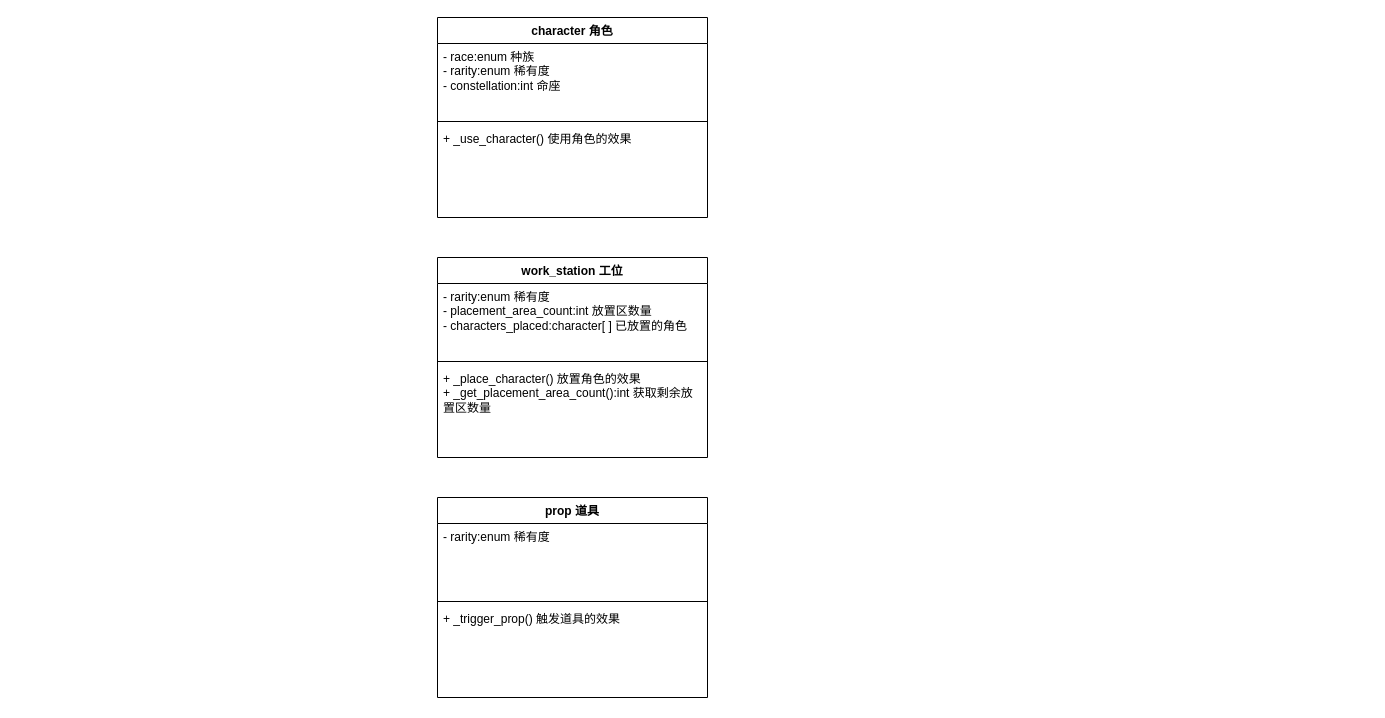
The draw.io diagram Game01_class_general.drawio in tsinghud114/UML_Pic, before the edit. Source tidied: cells renumbered, new cells numbered last; positions are measured from the earlier drawing's top-left corner, leaving out a move shared by most shapes. Both pictures are drawn from the tidied source at 100%, with x=0, y=0 at pixel (437, 17).
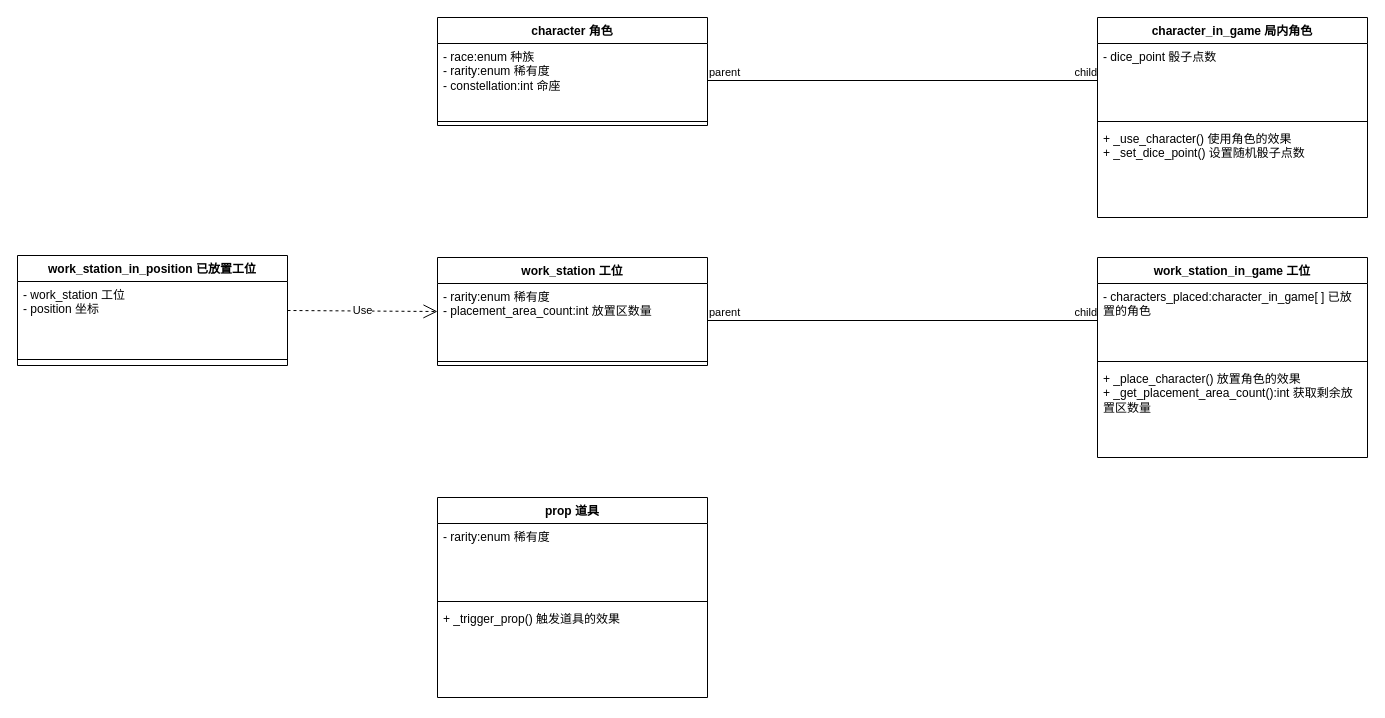
After the change.

Unchanged cells that the change refers to:
```xml
<mxCell id="3" value="- race:enum 种族&lt;div&gt;- rarity:enum 稀有度&lt;/div&gt;&lt;div&gt;- constellation:int 命座&lt;/div&gt;" style="text;strokeColor=none;fillColor=none;align=left;verticalAlign=top;spacingLeft=4;spacingRight=4;overflow=hidden;points=[[0,0.5],[1,0.5]];portConstraint=eastwest;whiteSpace=wrap;html=1;" parent="2" vertex="1">
  <mxGeometry y="26" width="270" height="74" as="geometry" />
</mxCell>
```

Change to the diagram source:
```diff
@@
     <mxCell id="2" value="character 角色" style="swimlane;fontStyle=1;align=center;verticalAlign=top;horizontal=1;startSize=26;whiteSpace=wrap;html=1;" parent="1" vertex="1">
-      <mxGeometry width="270" height="200" as="geometry" />
+      <mxGeometry width="270" height="108" as="geometry" />
     </mxCell>
@@
-    <mxCell id="5" value="+ _use_character() 使用角色的效果" style="text;strokeColor=none;fillColor=none;align=left;verticalAlign=top;spacingLeft=4;spacingRight=4;overflow=hidden;whiteSpace=wrap;html=1;" parent="2" vertex="1">
-      <mxGeometry y="108" width="270" height="92" as="geometry" />
-    </mxCell>
     <mxCell id="6" value="work_station 工位" style="swimlane;fontStyle=1;align=center;verticalAlign=top;horizontal=1;startSize=26;whiteSpace=wrap;html=1;" parent="1" vertex="1">
-      <mxGeometry y="240" width="270" height="200" as="geometry" />
+      <mxGeometry y="240" width="270" height="108" as="geometry" />
     </mxCell>
-    <mxCell id="7" value="&lt;div&gt;- rarity:enum 稀有度&lt;/div&gt;&lt;div&gt;- placement_area_count:int 放置区数量&lt;/div&gt;&lt;div&gt;- characters_placed:character[ ] 已放置的角色&lt;/div&gt;" style="text;strokeColor=none;fillColor=none;align=left;verticalAlign=top;spacingLeft=4;spacingRight=4;overflow=hidden;points=[[0,0.5],[1,0.5]];portConstraint=eastwest;whiteSpace=wrap;html=1;" parent="6" vertex="1">
+    <mxCell id="7" value="&lt;div&gt;- rarity:enum 稀有度&lt;/div&gt;&lt;div&gt;- placement_area_count:int 放置区数量&lt;/div&gt;" style="text;strokeColor=none;fillColor=none;align=left;verticalAlign=top;spacingLeft=4;spacingRight=4;overflow=hidden;points=[[0,0.5],[1,0.5]];portConstraint=eastwest;whiteSpace=wrap;html=1;" parent="6" vertex="1">
       <mxGeometry y="26" width="270" height="74" as="geometry" />
     </mxCell>
@@
-    <mxCell id="9" value="+ _place_character() 放置角色的效果&lt;div&gt;+ _get_placement_area_count():int 获取剩余放置区数量&lt;/div&gt;" style="text;strokeColor=none;fillColor=none;align=left;verticalAlign=top;spacingLeft=4;spacingRight=4;overflow=hidden;whiteSpace=wrap;html=1;" parent="6" vertex="1">
-      <mxGeometry y="108" width="270" height="92" as="geometry" />
-    </mxCell>
@@
+    <mxCell id="14" style="endArrow=none;html=1;edgeStyle=orthogonalEdgeStyle;rounded=0;exitX=1;exitY=0.5;exitDx=0;exitDy=0;entryX=0;entryY=0.5;entryDx=0;entryDy=0;" parent="1" edge="1" source="3" target="18">
+      <mxGeometry relative="1" as="geometry" />
+    </mxCell>
+    <mxCell id="15" value="parent" style="edgeLabel;html=1;align=left;verticalAlign=bottom;" parent="14" vertex="1">
+      <mxGeometry x="-1" relative="1" as="geometry" />
+    </mxCell>
+    <mxCell id="16" value="child" style="edgeLabel;html=1;align=right;verticalAlign=bottom;" parent="14" vertex="1">
+      <mxGeometry x="1" relative="1" as="geometry" />
+    </mxCell>
+    <mxCell id="17" value="character_in_game 局内角色" style="swimlane;fontStyle=1;align=center;verticalAlign=top;horizontal=1;startSize=26;whiteSpace=wrap;html=1;" parent="1" vertex="1">
+      <mxGeometry x="660" width="270" height="200" as="geometry" />
+    </mxCell>
+    <mxCell id="18" value="- dice_point 骰子点数" style="text;strokeColor=none;fillColor=none;align=left;verticalAlign=top;spacingLeft=4;spacingRight=4;overflow=hidden;points=[[0,0.5],[1,0.5]];portConstraint=eastwest;whiteSpace=wrap;html=1;" parent="17" vertex="1">
+      <mxGeometry y="26" width="270" height="74" as="geometry" />
+    </mxCell>
+    <mxCell id="19" style="line;strokeWidth=1;fillColor=none;align=left;verticalAlign=middle;spacingTop=-1;spacingLeft=3;spacingRight=3;labelPosition=right;strokeColor=inherit;" parent="17" vertex="1">
+      <mxGeometry y="100" width="270" height="8" as="geometry" />
+    </mxCell>
+    <mxCell id="20" value="&lt;div&gt;+ _use_character() 使用角色的效果&lt;/div&gt;+ _set_dice_point() 设置随机骰子点数" style="text;strokeColor=none;fillColor=none;align=left;verticalAlign=top;spacingLeft=4;spacingRight=4;overflow=hidden;whiteSpace=wrap;html=1;" parent="17" vertex="1">
+      <mxGeometry y="108" width="270" height="92" as="geometry" />
+    </mxCell>
+    <mxCell id="21" style="endArrow=none;html=1;edgeStyle=orthogonalEdgeStyle;rounded=0;exitX=1;exitY=0.5;exitDx=0;exitDy=0;entryX=0;entryY=0.5;entryDx=0;entryDy=0;" parent="1" edge="1" source="7" target="25">
+      <mxGeometry relative="1" as="geometry" />
+    </mxCell>
+    <mxCell id="22" value="parent" style="edgeLabel;html=1;align=left;verticalAlign=bottom;" parent="21" vertex="1">
+      <mxGeometry x="-1" relative="1" as="geometry" />
+    </mxCell>
+    <mxCell id="23" value="child" style="edgeLabel;html=1;align=right;verticalAlign=bottom;" parent="21" vertex="1">
+      <mxGeometry x="1" relative="1" as="geometry" />
+    </mxCell>
+    <mxCell id="24" value="work_station_in_game 工位" style="swimlane;fontStyle=1;align=center;verticalAlign=top;horizontal=1;startSize=26;whiteSpace=wrap;html=1;" parent="1" vertex="1">
+      <mxGeometry x="660" y="240" width="270" height="200" as="geometry" />
+    </mxCell>
+    <mxCell id="25" value="&lt;div&gt;&lt;span style=&quot;background-color: transparent; color: light-dark(rgb(0, 0, 0), rgb(255, 255, 255));&quot;&gt;- characters_placed:character_in_game[ ] 已放置的角色&lt;/span&gt;&lt;/div&gt;" style="text;strokeColor=none;fillColor=none;align=left;verticalAlign=top;spacingLeft=4;spacingRight=4;overflow=hidden;points=[[0,0.5],[1,0.5]];portConstraint=eastwest;whiteSpace=wrap;html=1;" parent="24" vertex="1">
+      <mxGeometry y="26" width="270" height="74" as="geometry" />
+    </mxCell>
+    <mxCell id="26" style="line;strokeWidth=1;fillColor=none;align=left;verticalAlign=middle;spacingTop=-1;spacingLeft=3;spacingRight=3;labelPosition=right;strokeColor=inherit;" parent="24" vertex="1">
+      <mxGeometry y="100" width="270" height="8" as="geometry" />
+    </mxCell>
+    <mxCell id="9" value="&lt;div&gt;&lt;span style=&quot;background-color: transparent; color: light-dark(rgb(0, 0, 0), rgb(255, 255, 255));&quot;&gt;+ _place_character() 放置角色的效果&lt;/span&gt;&lt;/div&gt;&lt;div&gt;+ _get_placement_area_count():int 获取剩余放置区数量&lt;/div&gt;" style="text;strokeColor=none;fillColor=none;align=left;verticalAlign=top;spacingLeft=4;spacingRight=4;overflow=hidden;whiteSpace=wrap;html=1;" parent="24" vertex="1">
+      <mxGeometry y="108" width="270" height="92" as="geometry" />
+    </mxCell>
+    <mxCell id="27" value="work_station_in_position 已放置工位" style="swimlane;fontStyle=1;align=center;verticalAlign=top;horizontal=1;startSize=26;whiteSpace=wrap;html=1;" parent="1" vertex="1">
+      <mxGeometry x="-420" y="238" width="270" height="110" as="geometry" />
+    </mxCell>
+    <mxCell id="28" value="- work_station 工位&lt;div&gt;- position 坐标&lt;/div&gt;" style="text;strokeColor=none;fillColor=none;align=left;verticalAlign=top;spacingLeft=4;spacingRight=4;overflow=hidden;whiteSpace=wrap;html=1;" parent="27" vertex="1">
+      <mxGeometry y="26" width="270" height="74" as="geometry" />
+    </mxCell>
+    <mxCell id="29" style="line;strokeWidth=1;fillColor=none;align=left;verticalAlign=middle;spacingTop=-1;spacingLeft=3;spacingRight=3;labelPosition=right;strokeColor=inherit;" parent="27" vertex="1">
+      <mxGeometry y="100" width="270" height="8" as="geometry" />
+    </mxCell>
+    <mxCell id="30" value="&lt;div&gt;&lt;br&gt;&lt;/div&gt;" style="text;strokeColor=none;fillColor=none;align=left;verticalAlign=top;spacingLeft=4;spacingRight=4;overflow=hidden;whiteSpace=wrap;html=1;" parent="27" vertex="1">
+      <mxGeometry y="108" width="270" height="2" as="geometry" />
+    </mxCell>
+    <mxCell id="31" value="Use" style="endArrow=open;endSize=12;dashed=1;html=1;rounded=0;exitX=1;exitY=0.5;exitDx=0;exitDy=0;entryX=0;entryY=0.5;entryDx=0;entryDy=0;" parent="1" edge="1" source="27" target="6">
+      <mxGeometry relative="1" as="geometry" />
+    </mxCell>
```
